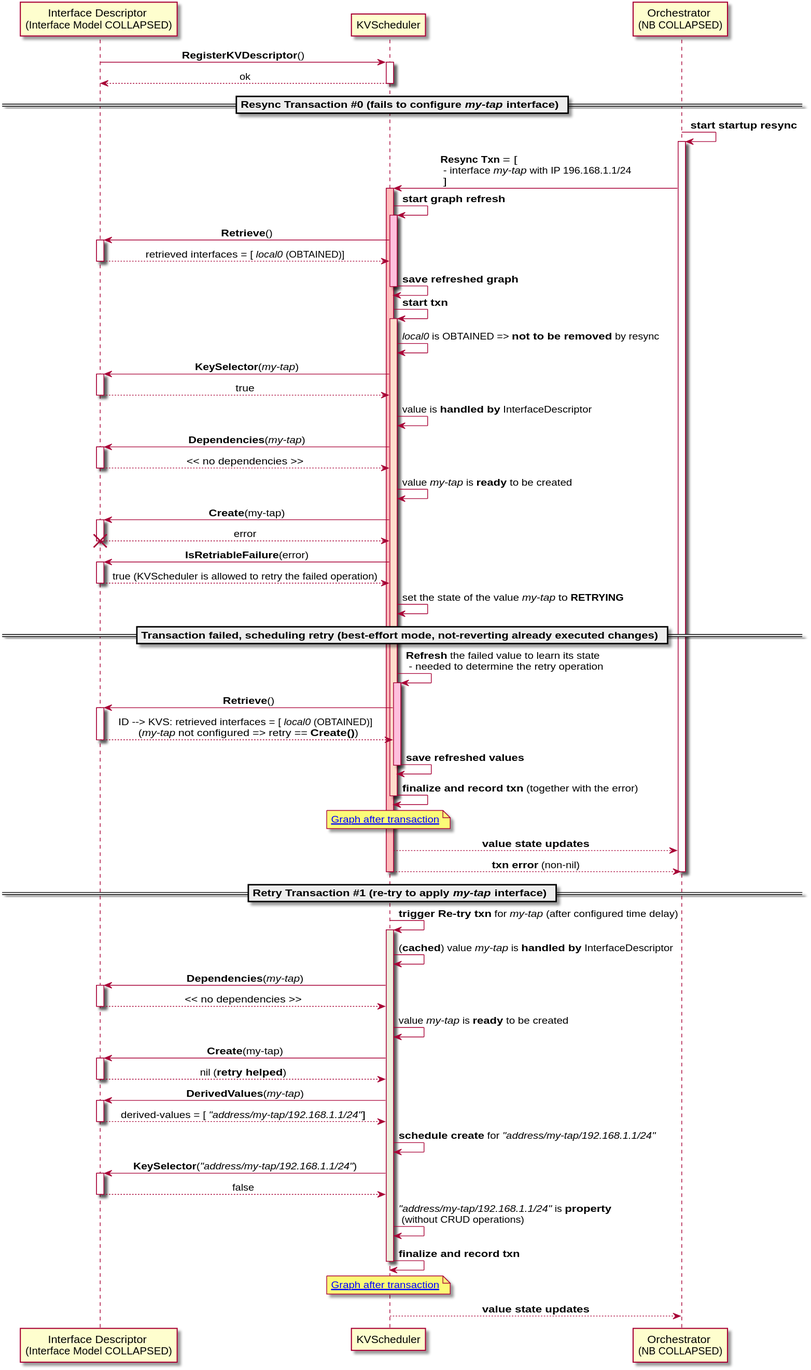
ligato/vpp-agent keeps this PlantUML diagram as docs/kvscheduler/cfd/uml/fails_to_add_interface.svg. Above is the earlier version.
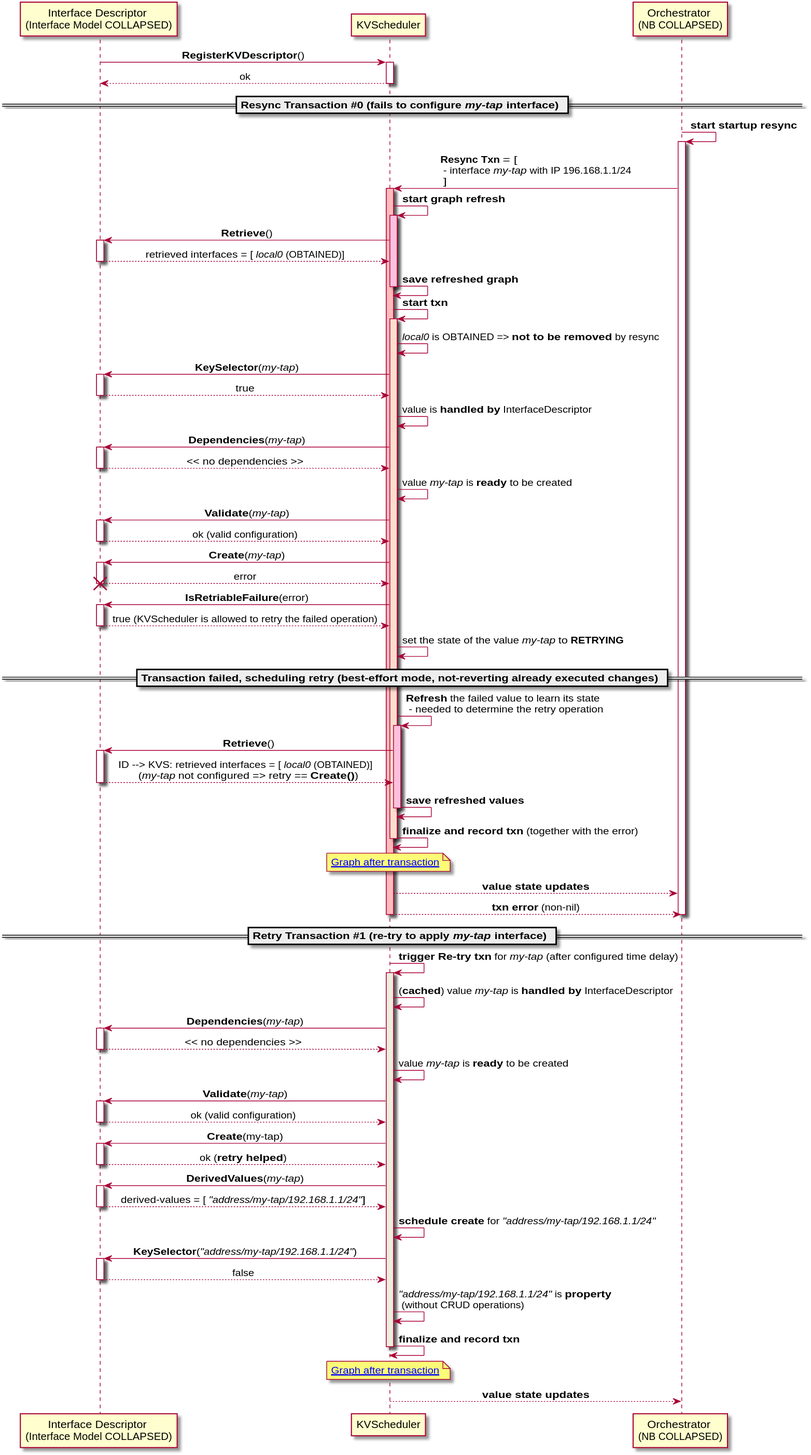
The same file after the commit.

Change to the diagram source:
```diff
@@ -42,7 +42,11 @@
    ID --> KVS: << no dependencies >>
   deactivate ID
  KVS -> KVS: value //my-tap// is **ready** to be created
- KVS -> ID: **Create**(my-tap)
+ KVS -> ID: **Validate**(//my-tap//)
+  activate ID
+   ID --> KVS: ok (valid configuration)
+  deactivate ID
+ KVS -> ID: **Create**(//my-tap//)
   activate ID
    ID --> KVS: error
   destroy ID
@@ -83,9 +87,13 @@
     ID --> KVS: << no dependencies >>
    deactivate ID
   KVS -> KVS: value //my-tap// is **ready** to be created
+  KVS -> ID: **Validate**(//my-tap//)
+   activate ID
+    ID --> KVS: ok (valid configuration)
+   deactivate ID
   KVS -> ID: **Create**(my-tap)
    activate ID
-    ID --> KVS: nil (**retry helped**)
+    ID --> KVS: ok (**retry helped**)
    deactivate ID
 
   KVS -> ID: **DerivedValues**(//my-tap//)
```
